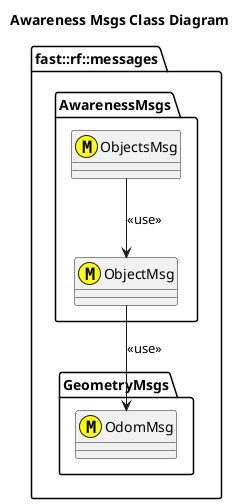
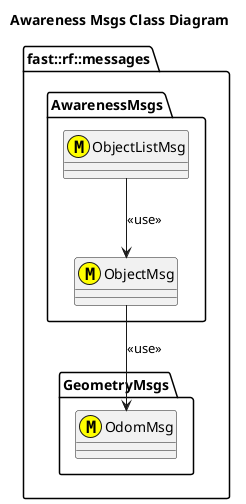
@startuml
title Awareness Msgs Class Diagram

namespace fast::rf::messages {
  namespace GeometryMsgs {
    class OdomMsg <<(M,#FFFF00) >>
  }
  namespace AwarenessMsgs {

    class ObjectMsg <<(M,#FFFF00) >> {

    }
    ObjectMsg --> OdomMsg: <<use>>
-     class ObjectsMsg <<(M,#FFFF00) >> {
+     class ObjectListMsg <<(M,#FFFF00) >> {

    }
-     ObjectsMsg --> ObjectMsg: <<use>>
+     ObjectListMsg --> ObjectMsg: <<use>>

  }
}
@enduml